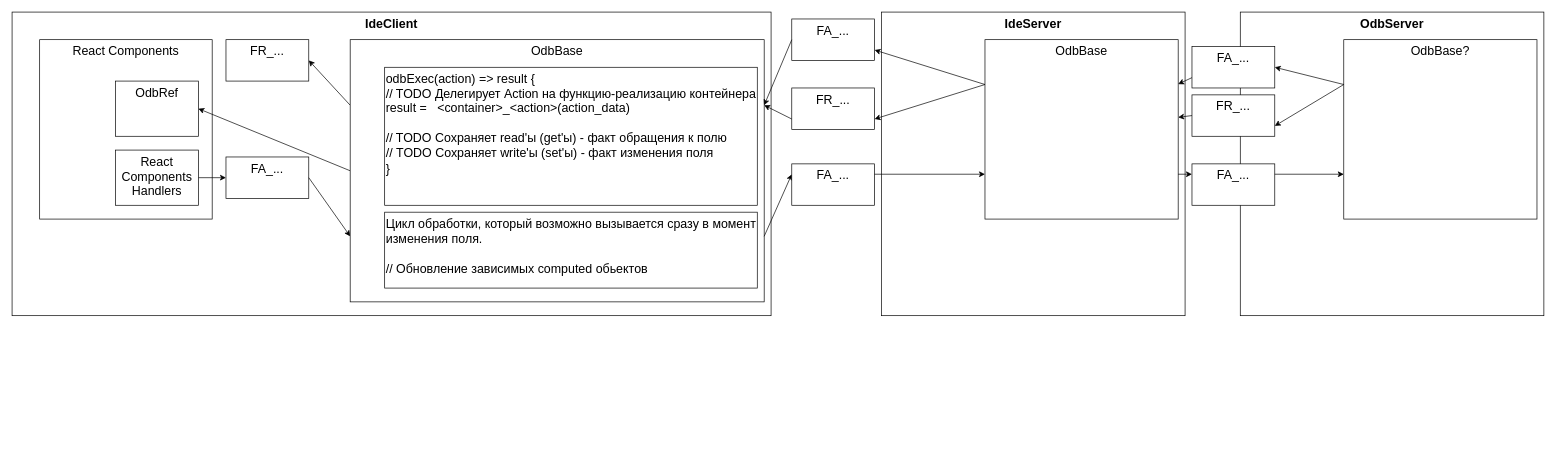
Earlier version of the draw.io diagram odb.drawio (yuyaryshev/draw_io_docs). Source tidied: cells renumbered, new cells numbered last; positions are measured from the earlier drawing's top-left corner, leaving out a move shared by most shapes. Both pictures are drawn from the tidied source at 69%, with x=0, y=0 at pixel (12, 12).
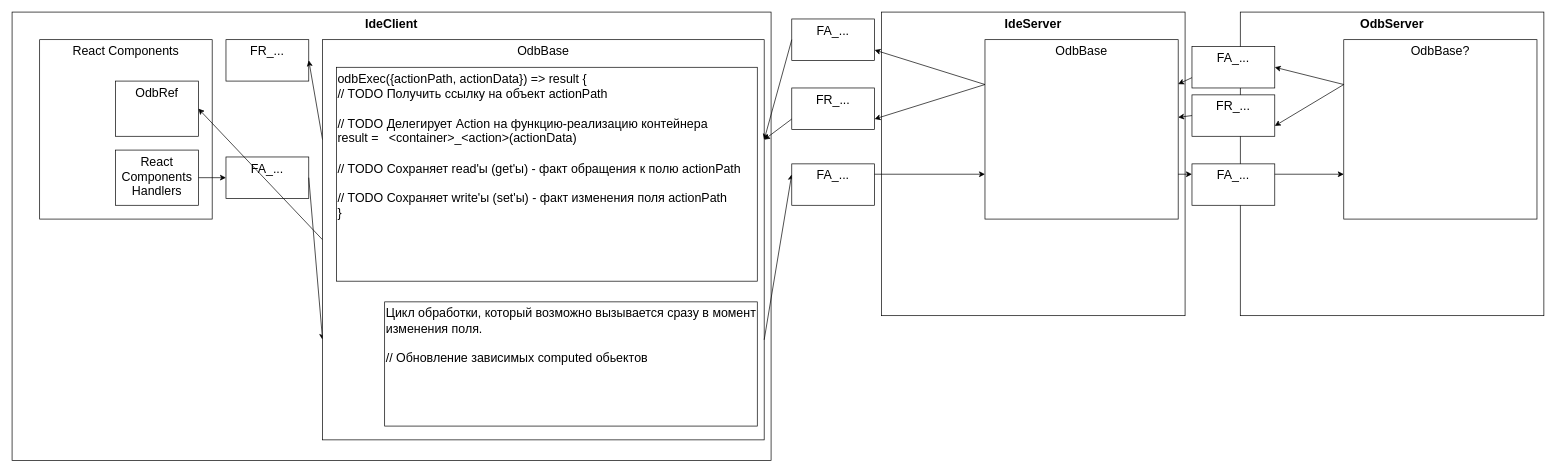
The same page after the edit.

Diff of the diagram source:
```diff
@@
     <mxCell id="2" value="IdeClient" style="rounded=0;whiteSpace=wrap;html=1;verticalAlign=top;fontStyle=1;fontSize=18;" parent="1" vertex="1">
-      <mxGeometry width="1100" height="440" as="geometry" />
+      <mxGeometry width="1100" height="650" as="geometry" />
     </mxCell>
@@
     <mxCell id="14" value="&lt;span&gt;OdbBase&lt;/span&gt;" style="rounded=0;whiteSpace=wrap;html=1;fontSize=18;verticalAlign=top;" parent="1" vertex="1">
-      <mxGeometry x="490" y="40" width="600" height="380" as="geometry" />
+      <mxGeometry x="450" y="40" width="640" height="580" as="geometry" />
     </mxCell>
@@
-    <mxCell id="29" value="odbExec(action) =&amp;gt; result {&lt;br&gt;// TODO Делегирует Action на функцию-реализацию контейнера&lt;br&gt;result =&amp;nbsp; &amp;nbsp;&amp;lt;container&amp;gt;_&amp;lt;action&amp;gt;(action_data)&lt;br&gt;&lt;br&gt;// TODO Сохраняет read'ы (get'ы) - факт обращения к полю&lt;br&gt;// TODO Сохраняет write'ы (set'ы) - факт изменения поля&lt;br&gt;}" style="rounded=0;whiteSpace=wrap;html=1;fontSize=18;verticalAlign=top;align=left;" parent="1" vertex="1">
-      <mxGeometry x="540" y="80" width="540" height="200" as="geometry" />
+    <mxCell id="29" value="odbExec({actionPath, actionData}) =&amp;gt; result {&lt;br&gt;// TODO Получить ссылку на объект actionPath&lt;br&gt;&lt;br&gt;// TODO Делегирует Action на функцию-реализацию контейнера&lt;br&gt;result =&amp;nbsp; &amp;nbsp;&amp;lt;container&amp;gt;_&amp;lt;action&amp;gt;(actionData)&lt;br&gt;&lt;br&gt;// TODO Сохраняет read'ы (get'ы) - факт обращения к полю actionPath&lt;br&gt;&lt;br&gt;// TODO Сохраняет write'ы (set'ы) - факт изменения поля actionPath&lt;br&gt;}" style="rounded=0;whiteSpace=wrap;html=1;fontSize=18;verticalAlign=top;align=left;" parent="1" vertex="1">
+      <mxGeometry x="470" y="80" width="610" height="310" as="geometry" />
     </mxCell>
     <mxCell id="30" value="Цикл обработки, который возможно вызывается сразу в момент изменения поля.&lt;br&gt;&lt;br&gt;// Обновление зависимых computed обьектов" style="rounded=0;whiteSpace=wrap;html=1;fontSize=18;verticalAlign=top;align=left;" parent="1" vertex="1">
-      <mxGeometry x="540" y="290" width="540" height="110" as="geometry" />
+      <mxGeometry x="540" y="420" width="540" height="180" as="geometry" />
     </mxCell>
```
